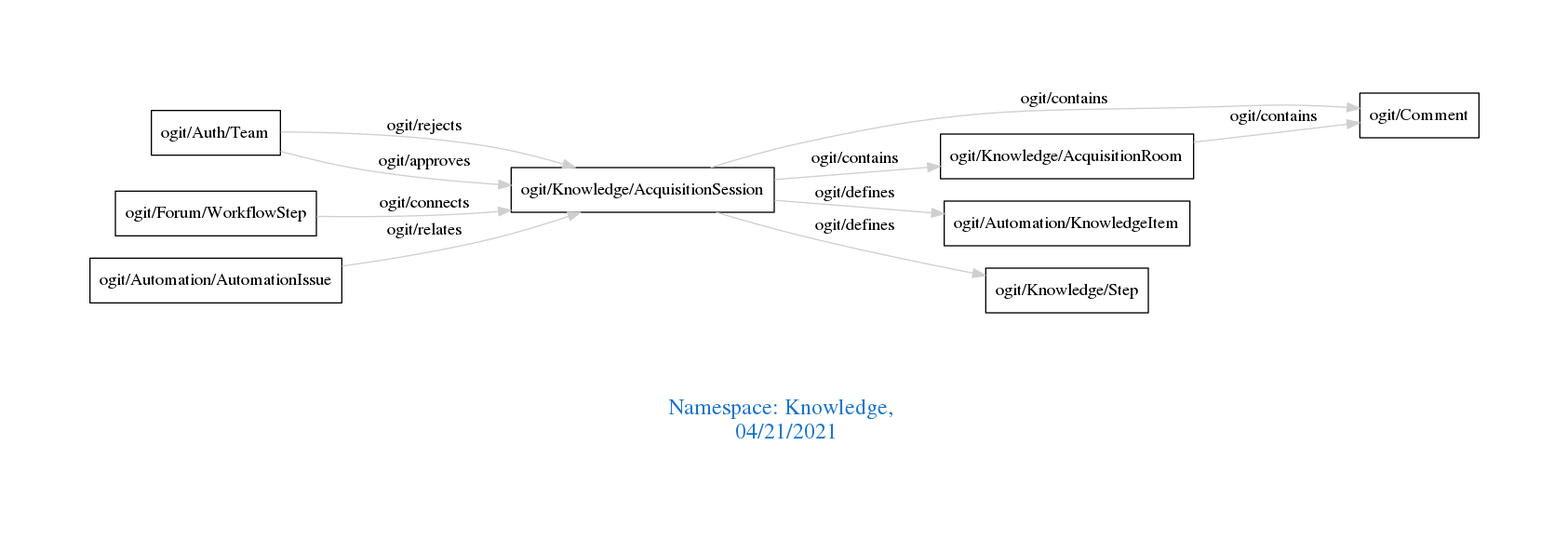
arago/OGIT keeps this Graphviz diagram as downloads/Knowledge.png. Above is the earlier version. Its source is kept beside it as downloads/Knowledge.dot.
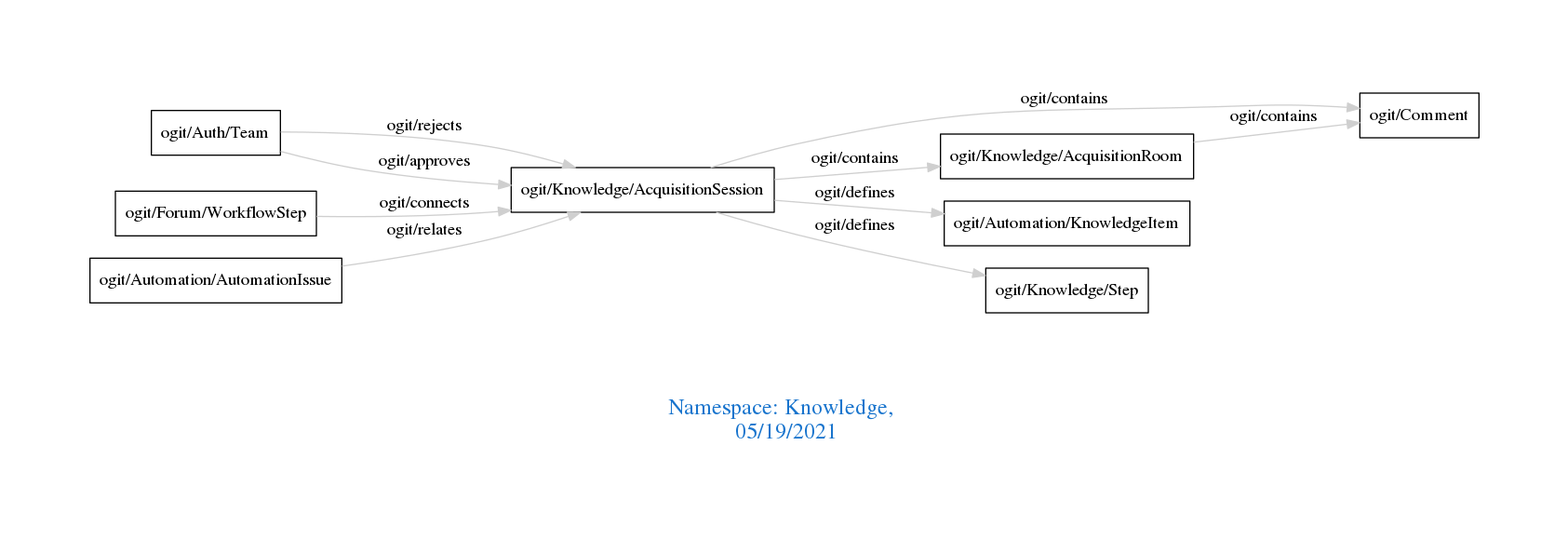
After the change.

Diff of the diagram source:
```diff
@@ -1,7 +1,7 @@
 digraph OGIT_ontology {
  graph [ rankdir= LR,pad=1
 fontsize = 18,
-fontcolor= dodgerblue3,label = "\n\n\nNamespace: Knowledge, \n 04/21/2021"];
+fontcolor= dodgerblue3,label = "\n\n\nNamespace: Knowledge, \n 05/19/2021"];
 node[shape=polygon];
 edge [  color="gray81"];
 
```
